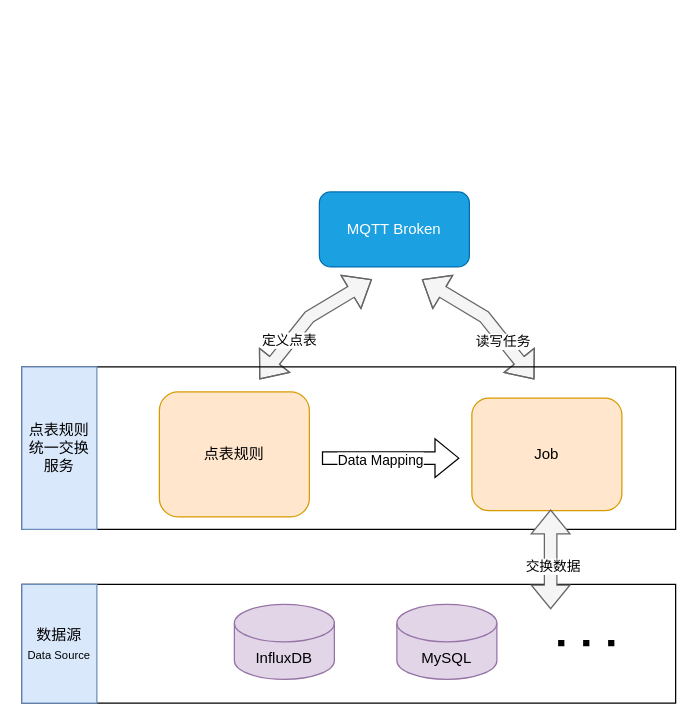
Fu-ture/app.diagrams.net keeps this draw.io diagram as 未命名绘图.drawio. Above is the earlier version. Source tidied: cells renumbered, new cells numbered last; positions are measured from the earlier drawing's top-left corner, leaving out a move shared by most shapes. Both pictures are drawn from the tidied source at 125%, with x=0, y=0 at pixel (21, 191).
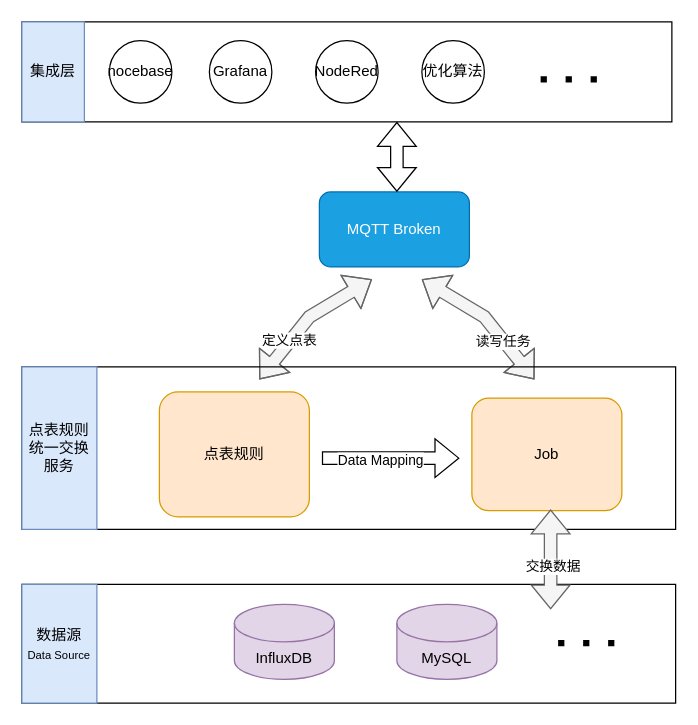
The same page after the edit.

Commit message:
更新未命名绘图.drawio

Change to the diagram source:
```diff
@@
+    <mxCell id="20" style="rounded=0;whiteSpace=wrap;html=1;fillColor=none;" parent="1" vertex="1">
+      <mxGeometry y="-136" width="520" height="80" as="geometry" />
+    </mxCell>
+    <mxCell id="21" value="集成层" style="rounded=0;whiteSpace=wrap;html=1;fillColor=#dae8fc;strokeColor=#6c8ebf;" parent="1" vertex="1">
+      <mxGeometry y="-136" width="50" height="80" as="geometry" />
+    </mxCell>
+    <mxCell id="22" value="Grafana" style="ellipse;whiteSpace=wrap;html=1;" parent="1" vertex="1">
+      <mxGeometry x="150" y="-121" width="50" height="50" as="geometry" />
+    </mxCell>
+    <mxCell id="23" value="NodeRed" style="ellipse;whiteSpace=wrap;html=1;" parent="1" vertex="1">
+      <mxGeometry x="235" y="-121" width="50" height="50" as="geometry" />
+    </mxCell>
+    <mxCell id="24" value="优化算法" style="ellipse;whiteSpace=wrap;html=1;" parent="1" vertex="1">
+      <mxGeometry x="320" y="-121" width="50" height="50" as="geometry" />
+    </mxCell>
+    <mxCell id="25" style="endArrow=none;dashed=1;html=1;dashPattern=1 3;strokeWidth=5;rounded=1;curved=0;" parent="1" edge="1">
+      <mxGeometry relative="1" as="geometry">
+        <mxPoint x="460" y="-90" as="sourcePoint" />
+        <mxPoint x="410" y="-90" as="targetPoint" />
+      </mxGeometry>
+    </mxCell>
+    <mxCell id="26" style="shape=flexArrow;endArrow=classic;startArrow=classic;html=1;rounded=0;" parent="1" edge="1">
+      <mxGeometry relative="1" as="geometry">
+        <mxPoint x="300" as="sourcePoint" />
+        <mxPoint x="300" y="-56" as="targetPoint" />
+      </mxGeometry>
+    </mxCell>
+    <mxCell id="27" value="nocebase" style="ellipse;whiteSpace=wrap;html=1;" parent="1" vertex="1">
+      <mxGeometry x="70" y="-121" width="50" height="50" as="geometry" />
+    </mxCell>
```
